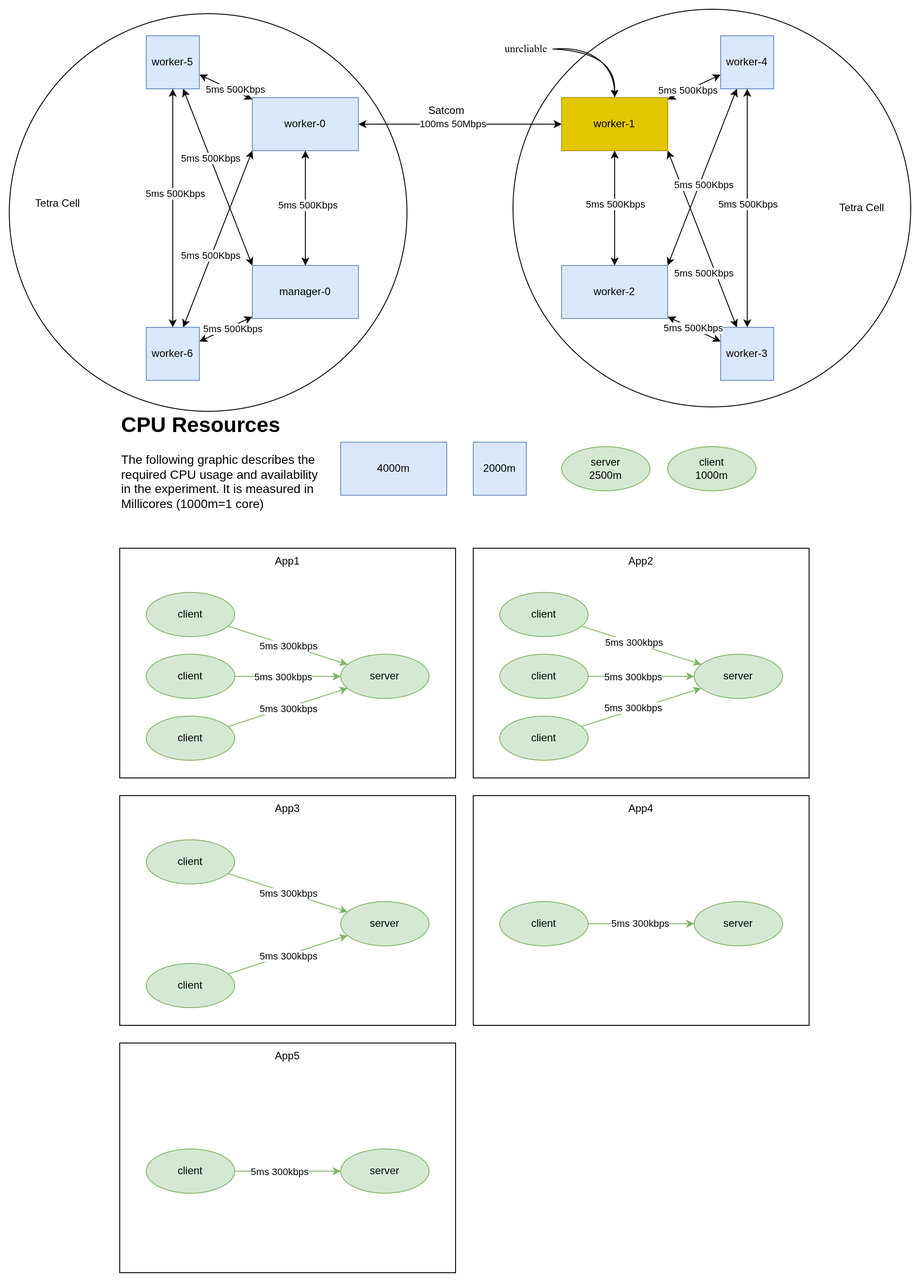
kr-0-n/k8_scheduler_experiments keeps this draw.io diagram as emulator/exp-3/setup.drawio.png. Above is the earlier version. Source tidied: cells renumbered, new cells last; positions are measured from the earlier drawing's top-left corner, leaving out a move shared by most shapes.
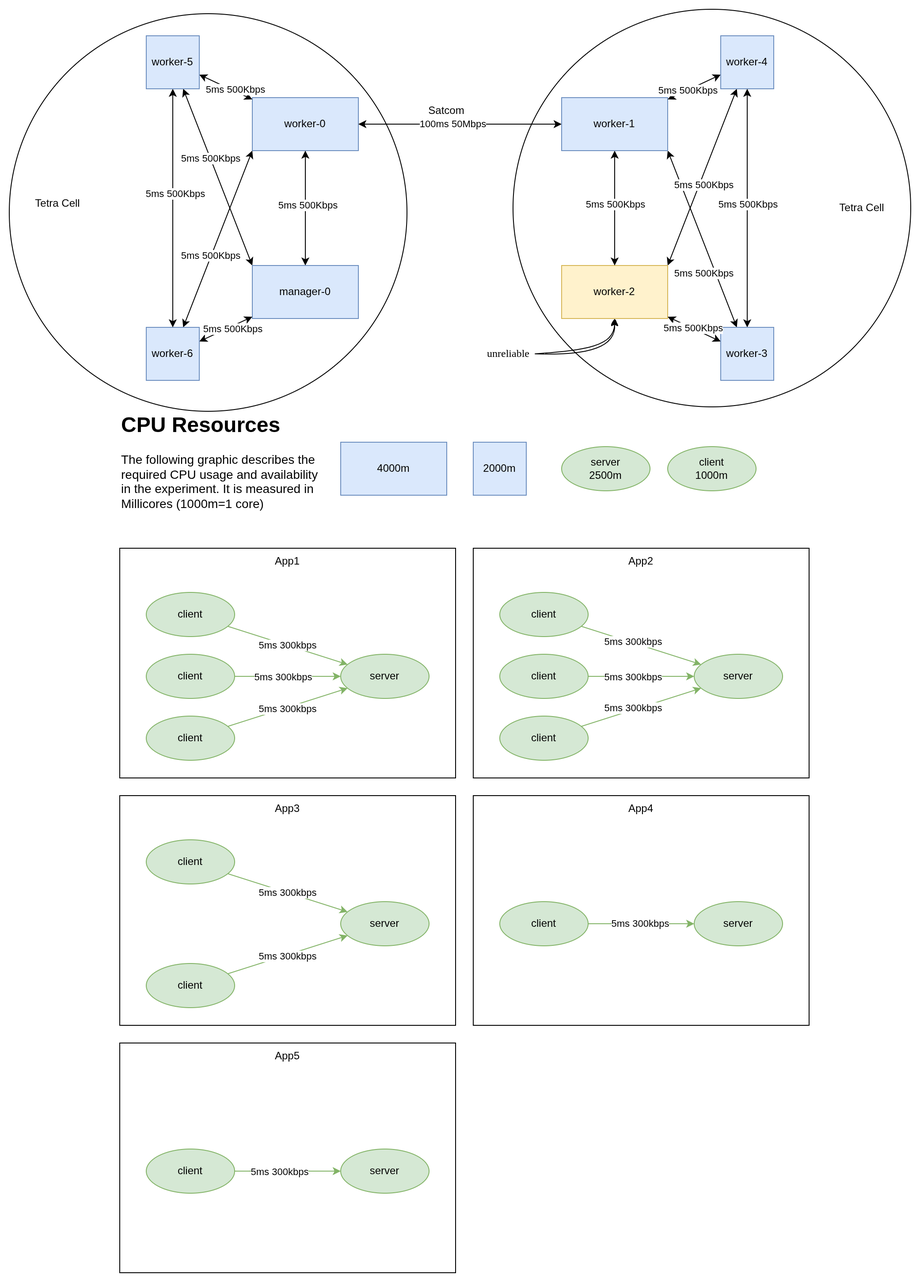
After the change.

What changed in the source:
```diff
@@ -26,7 +26,7 @@
     <mxCell id="9" style="rounded=0;jettySize=auto;html=1;startArrow=classic;startFill=1;exitX=1;exitY=0;exitDx=0;exitDy=0;" parent="1" edge="1" source="10" target="17">
       <mxGeometry relative="1" as="geometry" />
     </mxCell>
-    <mxCell id="10" value="worker-2" style="rounded=0;whiteSpace=wrap;html=1;fillColor=#dae8fc;strokeColor=#6c8ebf;" parent="1" vertex="1">
+    <mxCell id="10" value="worker-2" style="rounded=0;whiteSpace=wrap;html=1;fillColor=#fff2cc;strokeColor=#d6b656;" parent="1" vertex="1">
       <mxGeometry x="625" y="290" width="120" height="60" as="geometry" />
     </mxCell>
     <mxCell id="11" style="edgeStyle=orthogonalEdgeStyle;rounded=0;jettySize=auto;html=1;startArrow=classic;startFill=1;strokeColor=light-dark(#000000,#000000);" parent="1" edge="1" source="15" target="5">
@@ -43,7 +43,7 @@
     <mxCell id="14" style="rounded=0;jettySize=auto;html=1;startArrow=classic;startFill=1;exitX=1;exitY=1;exitDx=0;exitDy=0;" parent="1" edge="1" source="15" target="20">
       <mxGeometry relative="1" as="geometry" />
     </mxCell>
-    <mxCell id="15" value="worker-1" style="rounded=0;whiteSpace=wrap;html=1;fillColor=#e3c800;fontColor=#000000;strokeColor=#B09500;" parent="1" vertex="1">
+    <mxCell id="15" value="worker-1" style="rounded=0;whiteSpace=wrap;html=1;fillColor=#dae8fc;strokeColor=#6c8ebf;" parent="1" vertex="1">
       <mxGeometry x="625" y="100" width="120" height="60" as="geometry" />
     </mxCell>
     <mxCell id="16" style="rounded=0;jettySize=auto;html=1;startArrow=classic;startFill=1;" parent="1" edge="1" source="17" target="15">
@@ -79,11 +79,15 @@
     <mxCell id="26" value="worker-5" style="rounded=0;whiteSpace=wrap;html=1;fillColor=#dae8fc;strokeColor=#6c8ebf;" parent="1" vertex="1">
       <mxGeometry x="155" y="30" width="60" height="60" as="geometry" />
     </mxCell>
-    <mxCell id="27" style="edgeStyle=orthogonalEdgeStyle;rounded=0;jettySize=auto;html=1;sketch=1;curveFitting=1;jiggle=2;curved=1;" parent="1" edge="1" source="28" target="15">
-      <mxGeometry relative="1" as="geometry" />
+    <mxCell id="27" style="edgeStyle=orthogonalEdgeStyle;rounded=0;jettySize=auto;html=1;sketch=1;curveFitting=1;jiggle=2;curved=1;" parent="1" edge="1" source="28" target="10">
+      <mxGeometry relative="1" as="geometry">
+        <Array as="points">
+          <mxPoint x="685" y="390" />
+        </Array>
+      </mxGeometry>
     </mxCell>
     <mxCell id="28" value="unreliable" style="text;html=1;whiteSpace=wrap;strokeColor=none;fillColor=none;align=center;verticalAlign=middle;rounded=0;sketch=1;curveFitting=1;jiggle=2;fontFamily=Comic Sans MS;" parent="1" vertex="1">
-      <mxGeometry x="555" y="30" width="60" height="30" as="geometry" />
+      <mxGeometry x="535" y="375" width="60" height="30" as="geometry" />
     </mxCell>
     <mxCell id="29" style="edgeStyle=orthogonalEdgeStyle;rounded=0;jettySize=auto;html=1;fillColor=#d5e8d4;strokeColor=#82b366;" parent="1" edge="1" source="31" target="32">
       <mxGeometry relative="1" as="geometry" />
```
